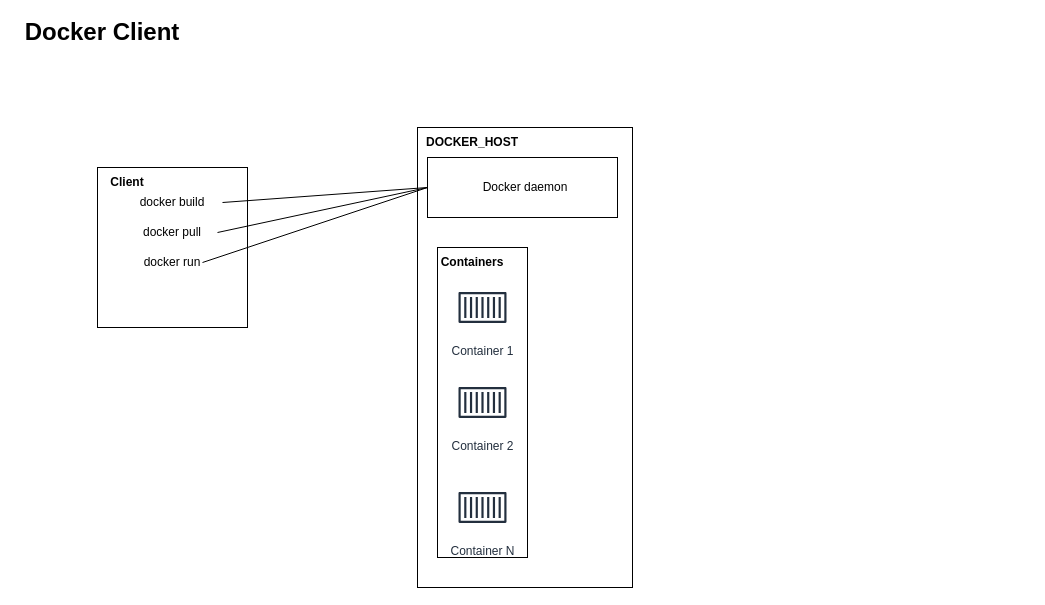
This is Docker Architecture.drawio from coderTechJordan/Networking, a draw.io file, before an edit. Source tidied: cells renumbered, new cells numbered last; positions are measured from the earlier drawing's top-left corner, leaving out a move shared by most shapes. Both pictures are drawn from the tidied source at 100%, with x=0, y=0 at pixel (17, 17).
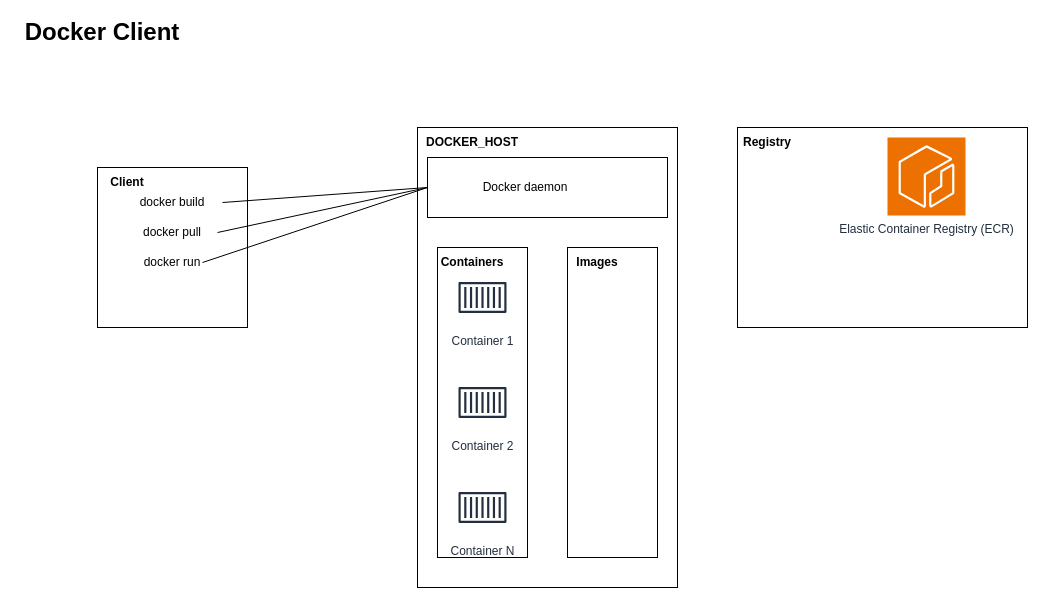
After the change.

Change to the diagram source:
```diff
@@
     <mxCell id="8" style="rounded=0;whiteSpace=wrap;html=1;" parent="1" vertex="1">
-      <mxGeometry x="400" y="110" width="215" height="460" as="geometry" />
+      <mxGeometry x="400" y="110" width="260" height="460" as="geometry" />
     </mxCell>
@@
     <mxCell id="10" style="rounded=0;whiteSpace=wrap;html=1;" parent="1" vertex="1">
-      <mxGeometry x="410" y="140" width="190" height="60" as="geometry" />
+      <mxGeometry x="410" y="140" width="240" height="60" as="geometry" />
     </mxCell>
@@
     <mxCell id="13" value="Container 1" style="sketch=0;fontColor=#232F3E;gradientColor=none;strokeColor=#232F3E;fillColor=#ffffff;dashed=0;verticalLabelPosition=bottom;verticalAlign=top;align=center;html=1;fontSize=12;fontStyle=0;shape=mxgraph.aws4.resourceIcon;resIcon=mxgraph.aws4.container_1;" parent="1" vertex="1">
-      <mxGeometry x="435" y="260" width="60" height="60" as="geometry" />
+      <mxGeometry x="435" y="250" width="60" height="60" as="geometry" />
     </mxCell>
@@
+    <mxCell id="20" style="rounded=0;whiteSpace=wrap;html=1;" parent="1" vertex="1">
+      <mxGeometry x="550" y="230" width="90" height="310" as="geometry" />
+    </mxCell>
+    <mxCell id="21" value="&lt;b&gt;Images&lt;/b&gt;" style="text;html=1;strokeColor=none;fillColor=none;align=center;verticalAlign=middle;whiteSpace=wrap;rounded=0;" parent="1" vertex="1">
+      <mxGeometry x="550" y="230" width="60" height="30" as="geometry" />
+    </mxCell>
+    <mxCell id="22" style="rounded=0;whiteSpace=wrap;html=1;" parent="1" vertex="1">
+      <mxGeometry x="720" y="110" width="290" height="200" as="geometry" />
+    </mxCell>
+    <mxCell id="23" value="&lt;b&gt;Registry&lt;/b&gt;" style="text;html=1;strokeColor=none;fillColor=none;align=center;verticalAlign=middle;whiteSpace=wrap;rounded=0;" parent="1" vertex="1">
+      <mxGeometry x="720" y="110" width="60" height="30" as="geometry" />
+    </mxCell>
+    <mxCell id="24" value="Elastic Container Registry (ECR)" style="sketch=0;fontColor=#232F3E;fillColor=#ED7100;strokeColor=#ffffff;dashed=0;verticalLabelPosition=bottom;verticalAlign=top;align=center;html=1;fontSize=12;fontStyle=0;shape=mxgraph.aws4.resourceIcon;resIcon=mxgraph.aws4.ecr;" parent="1" vertex="1">
+      <mxGeometry x="870" y="120" width="78" height="78" as="geometry" />
+    </mxCell>
```
